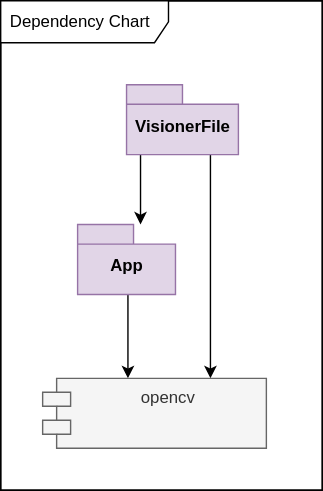
Earlier version of the draw.io export doc/README/implementation.drawio.svg (an-dr/VisioneR). Source tidied: cells renumbered, new cells last; positions are measured from the earlier drawing's top-left corner, leaving out a move shared by most shapes. Its diagram source:
```xml
<mxGraphModel>
  <root>
    <mxCell id="0" />
    <mxCell id="1" parent="0" />
    <mxCell id="2" style="rounded=0;whiteSpace=wrap;html=1;" parent="1" vertex="1">
      <mxGeometry width="230" height="350" as="geometry" />
    </mxCell>
    <mxCell id="3" value="Dependency Chart" style="shape=umlFrame;whiteSpace=wrap;html=1;width=120;height=30;boundedLbl=1;verticalAlign=middle;align=left;spacingLeft=5;" parent="1" vertex="1">
      <mxGeometry width="230" height="350" as="geometry" />
    </mxCell>
    <mxCell id="4" style="html=1;edgeStyle=orthogonalEdgeStyle;" parent="1" edge="1" source="5" target="9">
      <mxGeometry relative="1" as="geometry">
        <Array as="points">
          <mxPoint x="91" y="230" />
          <mxPoint x="91" y="230" />
        </Array>
      </mxGeometry>
    </mxCell>
    <mxCell id="5" value="App" style="shape=folder;fontStyle=1;spacingTop=10;tabWidth=40;tabHeight=14;tabPosition=left;html=1;fillColor=#e1d5e7;strokeColor=#9673a6;" parent="1" vertex="1">
      <mxGeometry x="55" y="160" width="70" height="50" as="geometry" />
    </mxCell>
    <mxCell id="6" style="edgeStyle=orthogonalEdgeStyle;html=1;" parent="1" edge="1" source="8" target="5">
      <mxGeometry relative="1" as="geometry">
        <Array as="points">
          <mxPoint x="100" y="140" />
          <mxPoint x="100" y="140" />
        </Array>
      </mxGeometry>
    </mxCell>
    <mxCell id="7" style="html=1;exitX=0.75;exitY=1;exitDx=0;exitDy=0;exitPerimeter=0;edgeStyle=orthogonalEdgeStyle;" parent="1" edge="1" source="8" target="9">
      <mxGeometry relative="1" as="geometry">
        <Array as="points">
          <mxPoint x="150" y="150" />
          <mxPoint x="150" y="150" />
        </Array>
      </mxGeometry>
    </mxCell>
    <mxCell id="8" value="VisionerFile" style="shape=folder;fontStyle=1;spacingTop=10;tabWidth=40;tabHeight=14;tabPosition=left;html=1;fillColor=#e1d5e7;strokeColor=#9673a6;" parent="1" vertex="1">
      <mxGeometry x="90" y="60" width="80" height="50" as="geometry" />
    </mxCell>
    <mxCell id="9" value="opencv" style="shape=module;align=left;spacingLeft=20;align=center;verticalAlign=top;fillColor=#f5f5f5;fontColor=#333333;strokeColor=#666666;" parent="1" vertex="1">
      <mxGeometry x="30" y="270" width="160" height="50" as="geometry" />
    </mxCell>
  </root>
</mxGraphModel>
```
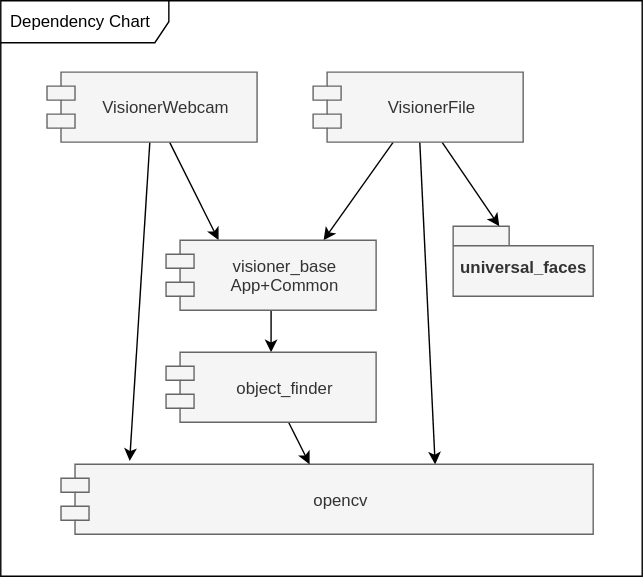
Later version of the same file.

What changed in the source:
```diff
@@ -1,45 +1,48 @@
-<mxGraphModel>
+<mxGraphModel background="#ffffff">
   <root>
     <mxCell id="0" />
     <mxCell id="1" parent="0" />
-    <mxCell id="2" style="rounded=0;whiteSpace=wrap;html=1;" parent="1" vertex="1">
-      <mxGeometry width="230" height="350" as="geometry" />
-    </mxCell>
     <mxCell id="3" value="Dependency Chart" style="shape=umlFrame;whiteSpace=wrap;html=1;width=120;height=30;boundedLbl=1;verticalAlign=middle;align=left;spacingLeft=5;" parent="1" vertex="1">
-      <mxGeometry width="230" height="350" as="geometry" />
+      <mxGeometry x="-53" y="-41" width="458" height="411" as="geometry" />
     </mxCell>
-    <mxCell id="4" style="html=1;edgeStyle=orthogonalEdgeStyle;" parent="1" edge="1" source="5" target="9">
-      <mxGeometry relative="1" as="geometry">
-        <Array as="points">
-          <mxPoint x="91" y="230" />
-          <mxPoint x="91" y="230" />
-        </Array>
-      </mxGeometry>
+    <mxCell id="4" style="html=1;exitX=0.5;exitY=1;exitDx=0;exitDy=0;" parent="1" edge="1" source="17" target="14">
+      <mxGeometry relative="1" as="geometry" />
     </mxCell>
-    <mxCell id="5" value="App" style="shape=folder;fontStyle=1;spacingTop=10;tabWidth=40;tabHeight=14;tabPosition=left;html=1;fillColor=#e1d5e7;strokeColor=#9673a6;" parent="1" vertex="1">
-      <mxGeometry x="55" y="160" width="70" height="50" as="geometry" />
-    </mxCell>
-    <mxCell id="6" style="edgeStyle=orthogonalEdgeStyle;html=1;" parent="1" edge="1" source="8" target="5">
-      <mxGeometry relative="1" as="geometry">
-        <Array as="points">
-          <mxPoint x="100" y="140" />
-          <mxPoint x="100" y="140" />
-        </Array>
-      </mxGeometry>
+    <mxCell id="6" style="html=1;entryX=0.75;entryY=0;entryDx=0;entryDy=0;" parent="1" edge="1" source="8" target="17">
+      <mxGeometry relative="1" as="geometry" />
     </mxCell>
-    <mxCell id="7" style="html=1;exitX=0.75;exitY=1;exitDx=0;exitDy=0;exitPerimeter=0;edgeStyle=orthogonalEdgeStyle;" parent="1" edge="1" source="8" target="9">
-      <mxGeometry relative="1" as="geometry">
-        <Array as="points">
-          <mxPoint x="150" y="150" />
-          <mxPoint x="150" y="150" />
-        </Array>
-      </mxGeometry>
+    <mxCell id="7" style="html=1;entryX=0.703;entryY=0.003;entryDx=0;entryDy=0;entryPerimeter=0;" parent="1" edge="1" source="8" target="9">
+      <mxGeometry relative="1" as="geometry" />
     </mxCell>
+    <mxCell id="9" value="opencv" style="shape=module;align=left;spacingLeft=20;align=center;verticalAlign=middle;fillColor=#f5f5f5;fontColor=#333333;strokeColor=#666666;" parent="1" vertex="1">
+      <mxGeometry x="-10" y="290" width="380" height="50" as="geometry" />
+    </mxCell>
+    <mxCell id="10" style="edgeStyle=none;html=1;entryX=0.129;entryY=-0.048;entryDx=0;entryDy=0;entryPerimeter=0;" parent="1" edge="1" source="16" target="9">
+      <mxGeometry relative="1" as="geometry" />
+    </mxCell>
+    <mxCell id="11" style="edgeStyle=none;html=1;entryX=0.25;entryY=0;entryDx=0;entryDy=0;" parent="1" edge="1" source="16" target="17">
+      <mxGeometry relative="1" as="geometry" />
+    </mxCell>
+    <mxCell id="12" value="universal_faces" style="shape=folder;fontStyle=1;spacingTop=10;tabWidth=40;tabHeight=14;tabPosition=left;html=1;fillColor=#f5f5f5;strokeColor=#666666;fontColor=#333333;" parent="1" vertex="1">
+      <mxGeometry x="270" y="120" width="100" height="50" as="geometry" />
+    </mxCell>
+    <mxCell id="13" style="edgeStyle=none;html=1;" parent="1" edge="1" source="14" target="9">
+      <mxGeometry relative="1" as="geometry" />
+    </mxCell>
+    <mxCell id="14" value="object_finder" style="shape=module;align=left;spacingLeft=20;align=center;verticalAlign=middle;fillColor=#f5f5f5;fontColor=#333333;strokeColor=#666666;" parent="1" vertex="1">
+      <mxGeometry x="65" y="210" width="150" height="50" as="geometry" />
+    </mxCell>
+    <mxCell id="15" style="edgeStyle=none;html=1;" parent="1" edge="1" source="8" target="12">
+      <mxGeometry relative="1" as="geometry" />
+    </mxCell>
-    <mxCell id="8" value="VisionerFile" style="shape=folder;fontStyle=1;spacingTop=10;tabWidth=40;tabHeight=14;tabPosition=left;html=1;fillColor=#e1d5e7;strokeColor=#9673a6;" parent="1" vertex="1">
-      <mxGeometry x="90" y="60" width="80" height="50" as="geometry" />
+    <mxCell id="8" value="VisionerFile" style="shape=module;align=left;spacingLeft=20;align=center;verticalAlign=middle;fillColor=#f5f5f5;fontColor=#333333;strokeColor=#666666;" parent="1" vertex="1">
+      <mxGeometry x="170" y="10" width="150" height="50" as="geometry" />
     </mxCell>
-    <mxCell id="9" value="opencv" style="shape=module;align=left;spacingLeft=20;align=center;verticalAlign=top;fillColor=#f5f5f5;fontColor=#333333;strokeColor=#666666;" parent="1" vertex="1">
-      <mxGeometry x="30" y="270" width="160" height="50" as="geometry" />
-    </mxCell>
+    <mxCell id="16" value="VisionerWebcam" style="shape=module;align=left;spacingLeft=20;align=center;verticalAlign=middle;fillColor=#f5f5f5;fontColor=#333333;strokeColor=#666666;" parent="1" vertex="1">
+      <mxGeometry x="-20" y="10" width="150" height="50" as="geometry" />
+    </mxCell>
+    <mxCell id="17" value="visioner_base&#10;App+Common" style="shape=module;align=left;spacingLeft=20;align=center;verticalAlign=middle;fillColor=#f5f5f5;fontColor=#333333;strokeColor=#666666;" parent="1" vertex="1">
+      <mxGeometry x="65" y="130" width="150" height="50" as="geometry" />
+    </mxCell>
   </root>
 </mxGraphModel>
```
